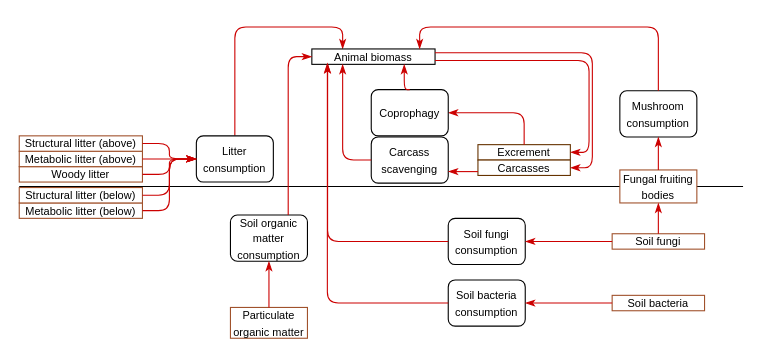
Earlier version of the draw.io diagram docs/source/_static/images/brown_web_consumption.drawio (ImperialCollegeLondon/virtual_ecosystem). Source tidied: cells renumbered, new cells numbered last; positions are measured from the earlier drawing's top-left corner, leaving out a move shared by most shapes. Both pictures are drawn from the tidied source at 110%, with x=0, y=0 at pixel (19, 48).
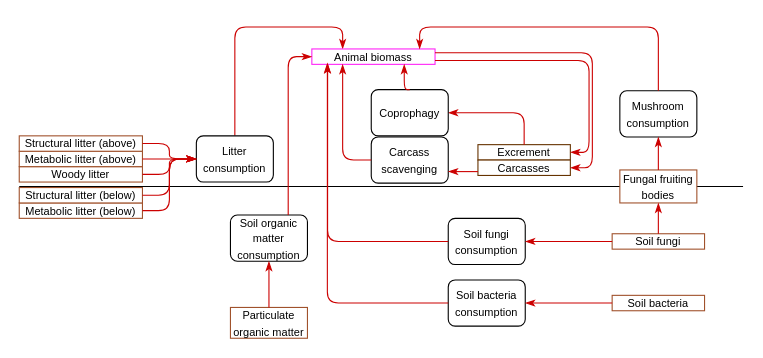
The same diagram, later.

Commit message (it also covers changes not shown here):
Followed @nickwctan's suggestion of explaining colour code in brown-web figure caption

Diff of the diagram source:
```diff
@@
-    <mxCell id="4" value="&lt;font size=&quot;1&quot;&gt;Animal biomass&lt;/font&gt;" style="rounded=0;whiteSpace=wrap;html=1;" parent="1" vertex="1">
+    <mxCell id="4" value="&lt;font size=&quot;1&quot;&gt;Animal biomass&lt;/font&gt;" style="rounded=0;whiteSpace=wrap;html=1;strokeColor=#FF23F7;" parent="1" vertex="1">
       <mxGeometry x="266" width="112" height="14" as="geometry" />
     </mxCell>
```
